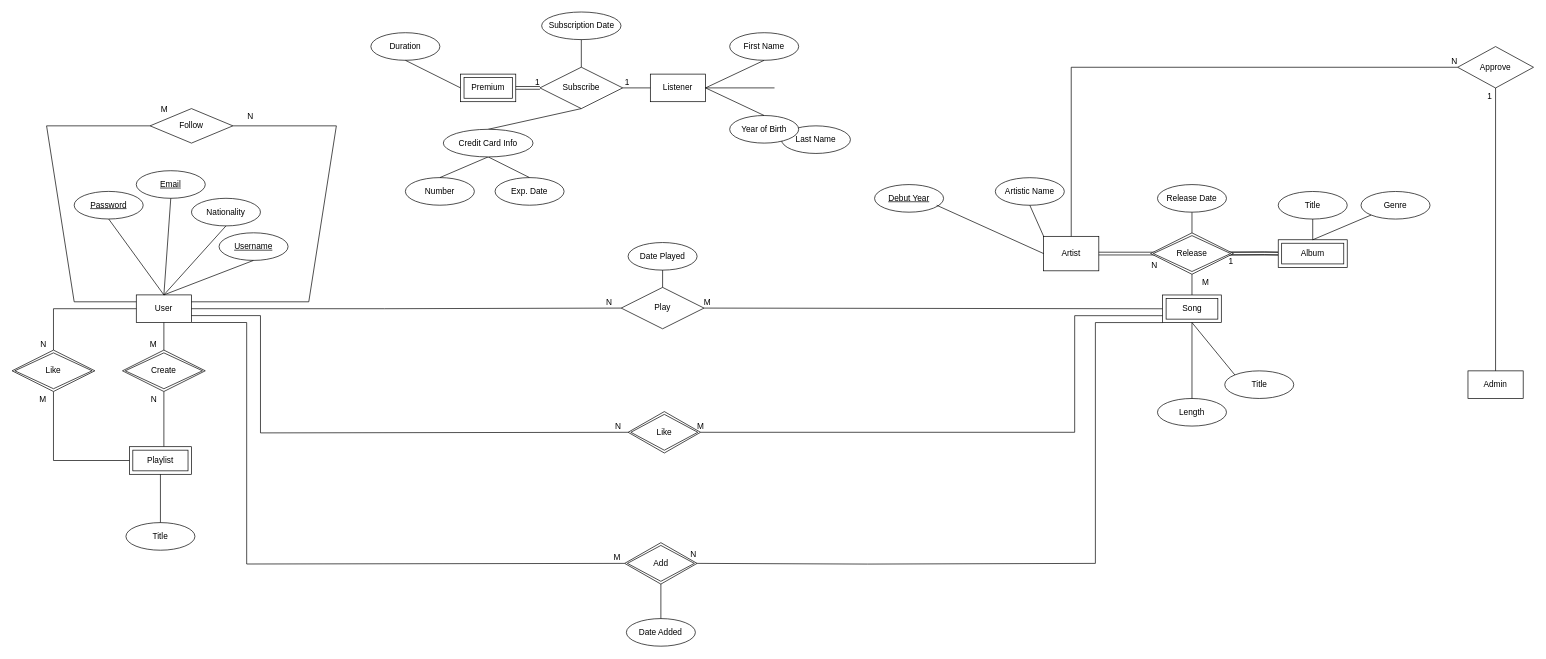
The draw.io diagram ER Diagram.drawio in BehrouzGhamkhar/database-project, before the edit. Source tidied: cells renumbered, new cells numbered last; positions are measured from the earlier drawing's top-left corner, leaving out a move shared by most shapes. Both pictures are drawn from the tidied source at 69%, with x=0, y=0 at pixel (12, 12).
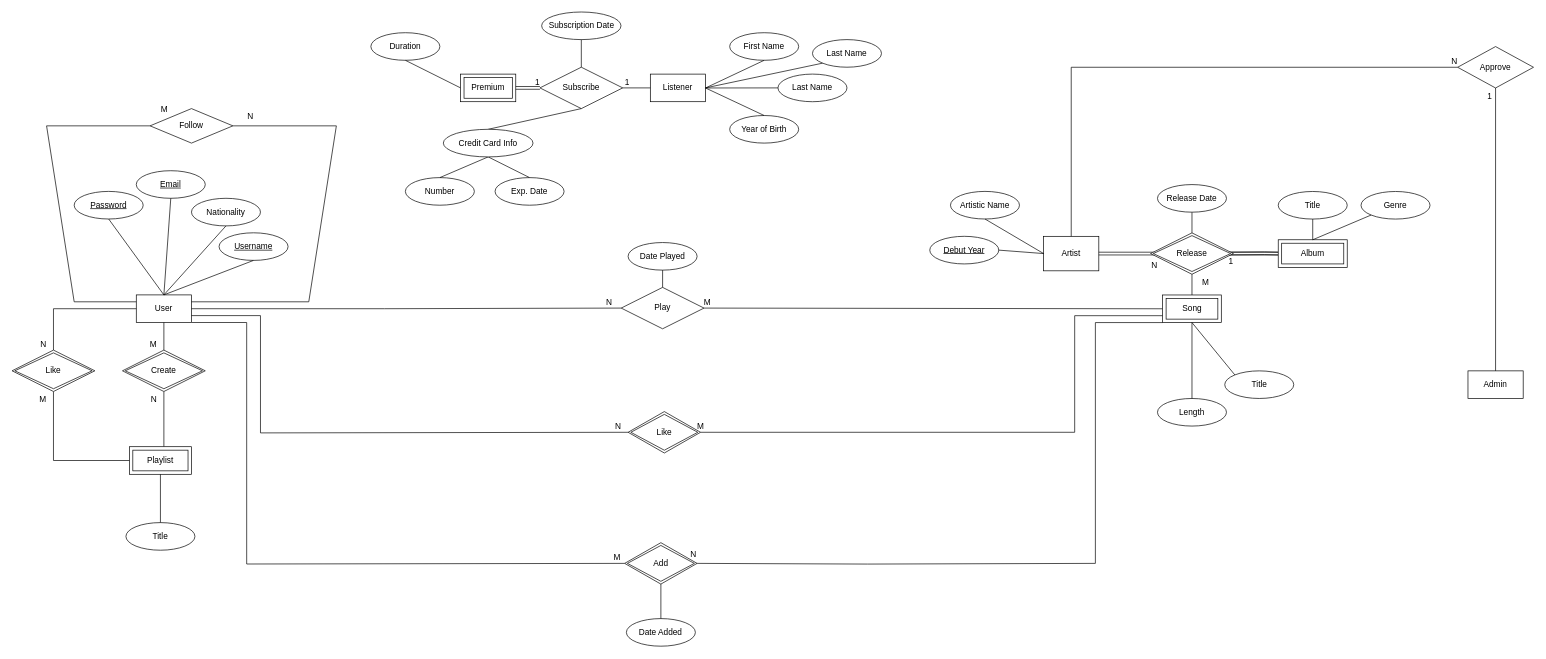
Above is the later version.

Commit message:
4th day of working on ER diagram.

Unchanged cells that the change refers to:
```xml
<mxCell id="2" value="Artist" style="whiteSpace=wrap;html=1;align=center;" parent="1" vertex="1">
  <mxGeometry x="1495" y="325" width="80" height="50" as="geometry" />
</mxCell>
<mxCell id="5" value="Listener" style="whiteSpace=wrap;html=1;align=center;" parent="1" vertex="1">
  <mxGeometry x="925" y="89.9" width="80" height="40" as="geometry" />
</mxCell>
<mxCell id="90" value="First Name" style="ellipse;whiteSpace=wrap;html=1;align=center;" parent="1" vertex="1">
  <mxGeometry x="1040" y="29.9" width="100" height="40" as="geometry" />
</mxCell>
<mxCell id="94" value="Year of Birth" style="ellipse;whiteSpace=wrap;html=1;align=center;" parent="1" vertex="1">
  <mxGeometry x="1040" y="149.9" width="100" height="40" as="geometry" />
</mxCell>
```

What changed in the source:
```diff
@@
-    <mxCell id="91" style="endArrow=none;html=1;rounded=0;entryX=0.5;entryY=1;entryDx=0;entryDy=0;exitX=1;exitY=0.5;exitDx=0;exitDy=0;" parent="1" edge="1" source="5" target="90">
-      <mxGeometry relative="1" as="geometry" />
+    <mxCell id="91" style="endArrow=none;html=1;rounded=0;entryX=0.5;entryY=1;entryDx=0;entryDy=0;" parent="1" edge="1" target="90">
+      <mxGeometry relative="1" as="geometry">
+        <mxPoint x="1005" y="110" as="sourcePoint" />
+      </mxGeometry>
     </mxCell>
     <mxCell id="92" value="Last Name" style="ellipse;whiteSpace=wrap;html=1;align=center;" parent="1" vertex="1">
-      <mxGeometry x="1115" y="164.9" width="100" height="40" as="geometry" />
+      <mxGeometry x="1110" y="89.9" width="100" height="40" as="geometry" />
     </mxCell>
-    <mxCell id="93" style="endArrow=none;html=1;rounded=0;entryX=0;entryY=0.5;entryDx=0;entryDy=0;exitX=1;exitY=0.5;exitDx=0;exitDy=0;" parent="1" edge="1" source="5">
-      <mxGeometry relative="1" as="geometry">
-        <mxPoint x="1105" y="109.9" as="targetPoint" />
-      </mxGeometry>
-    </mxCell>
+    <mxCell id="102" value="Last Name" style="ellipse;whiteSpace=wrap;html=1;align=center;" parent="1" vertex="1">
+      <mxGeometry x="1160" y="39.9" width="100" height="40" as="geometry" />
+    </mxCell>
@@
-    <mxCell id="95" style="endArrow=none;html=1;rounded=0;entryX=0.5;entryY=0;entryDx=0;entryDy=0;exitX=1;exitY=0.5;exitDx=0;exitDy=0;" parent="1" edge="1" source="5" target="94">
-      <mxGeometry relative="1" as="geometry" />
+    <mxCell id="95" style="endArrow=none;html=1;rounded=0;entryX=0.5;entryY=0;entryDx=0;entryDy=0;" parent="1" edge="1" target="94">
+      <mxGeometry relative="1" as="geometry">
+        <mxPoint x="1005" y="110" as="sourcePoint" />
+      </mxGeometry>
     </mxCell>
@@
     <mxCell id="98" value="Artistic Name" style="ellipse;whiteSpace=wrap;html=1;align=center;" parent="1" vertex="1">
-      <mxGeometry x="1425" y="240" width="100" height="40" as="geometry" />
+      <mxGeometry x="1360" y="259.9" width="100" height="40" as="geometry" />
     </mxCell>
-    <mxCell id="99" style="endArrow=none;html=1;rounded=0;entryX=0;entryY=0;entryDx=0;entryDy=0;exitX=0.5;exitY=1;exitDx=0;exitDy=0;" parent="1" edge="1" source="98" target="2">
-      <mxGeometry relative="1" as="geometry" />
+    <mxCell id="99" style="endArrow=none;html=1;rounded=0;exitX=0.5;exitY=1;exitDx=0;exitDy=0;" parent="1" edge="1" source="98">
+      <mxGeometry relative="1" as="geometry">
+        <mxPoint x="1495" y="350" as="targetPoint" />
+      </mxGeometry>
     </mxCell>
     <mxCell id="100" value="Debut Year" style="ellipse;whiteSpace=wrap;html=1;align=center;fontStyle=4;" parent="1" vertex="1">
-      <mxGeometry x="1250" y="250" width="100" height="40" as="geometry" />
+      <mxGeometry x="1330" y="325" width="100" height="40" as="geometry" />
     </mxCell>
-    <mxCell id="101" style="endArrow=none;html=1;rounded=0;entryX=0;entryY=0.5;entryDx=0;entryDy=0;" parent="1" edge="1" target="2">
-      <mxGeometry relative="1" as="geometry">
-        <mxPoint x="1340" y="280" as="sourcePoint" />
-      </mxGeometry>
+    <mxCell id="101" style="endArrow=none;html=1;rounded=0;entryX=0;entryY=0.5;entryDx=0;entryDy=0;exitX=1;exitY=0.5;exitDx=0;exitDy=0;" parent="1" edge="1" source="100" target="2">
+      <mxGeometry relative="1" as="geometry" />
     </mxCell>
+    <mxCell id="103" style="endArrow=none;html=1;rounded=0;entryX=0;entryY=0.5;entryDx=0;entryDy=0;" parent="1" edge="1" target="92">
+      <mxGeometry relative="1" as="geometry">
+        <mxPoint x="1005" y="110" as="sourcePoint" />
+      </mxGeometry>
+    </mxCell>
+    <mxCell id="104" style="endArrow=none;html=1;rounded=0;exitX=1;exitY=0.5;exitDx=0;exitDy=0;entryX=0;entryY=1;entryDx=0;entryDy=0;" parent="1" edge="1" source="5" target="102">
+      <mxGeometry relative="1" as="geometry" />
+    </mxCell>
```
